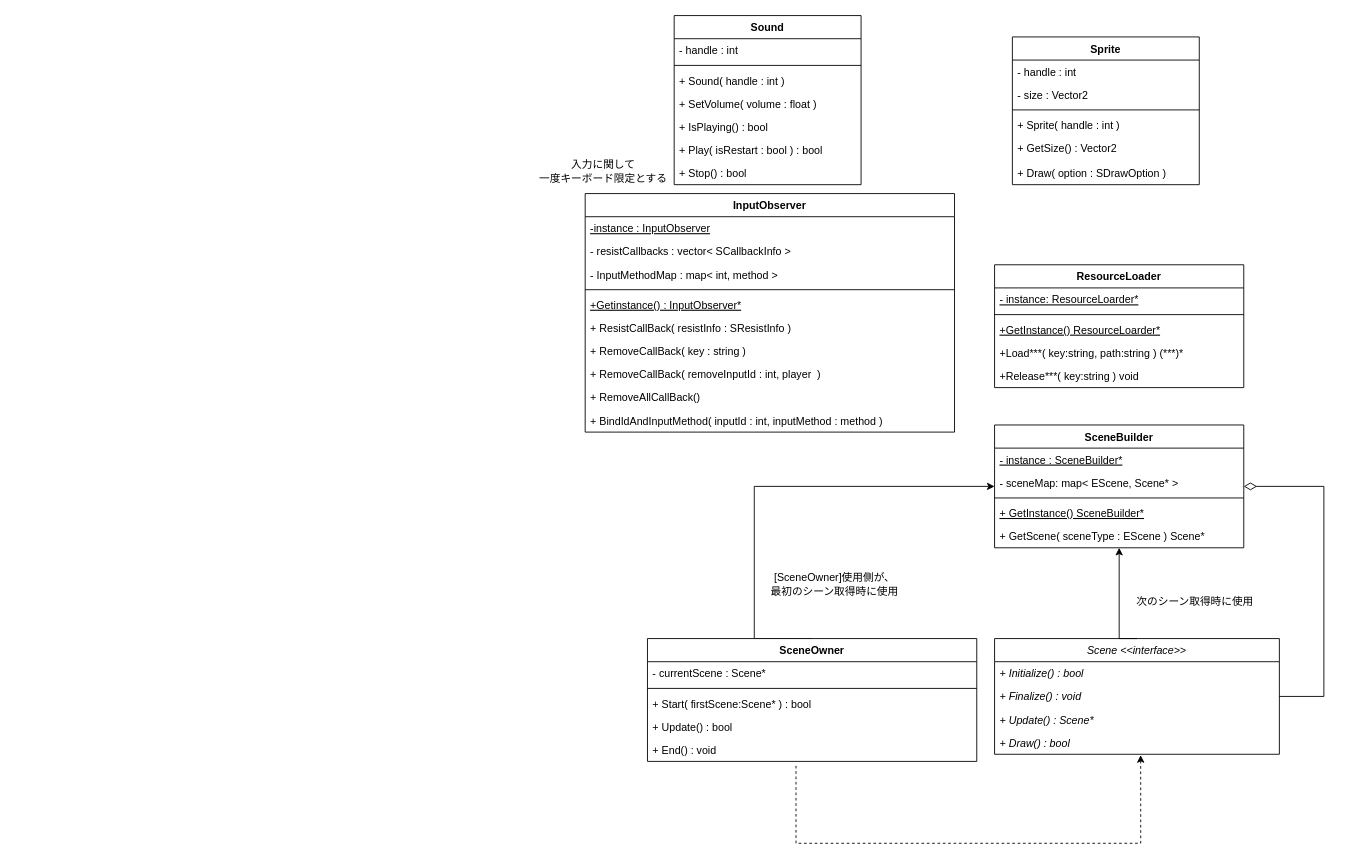
naturemas53/DXLib_Game keeps this draw.io diagram as 設計っぽいの.drawio. Above is the earlier version. Source tidied: cells renumbered, new cells numbered last; positions are measured from the earlier drawing's top-left corner, leaving out a move shared by most shapes. Both pictures are drawn from the tidied source at 89%, with x=0, y=0 at pixel (531, 15).
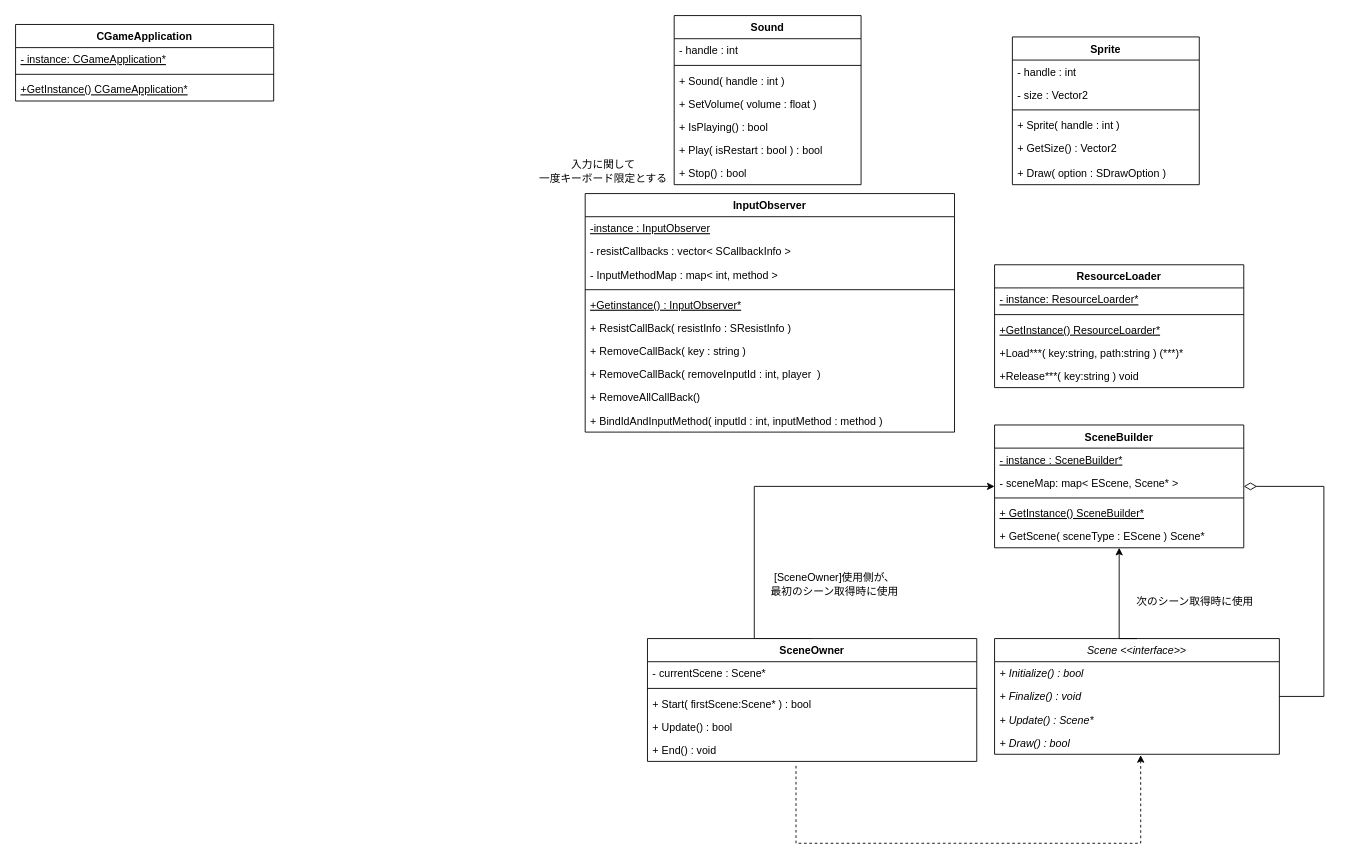
Above is the later version.

Change to the diagram source:
```diff
@@
+    <mxCell id="58" value="CGameApplication" style="swimlane;fontStyle=1;align=center;verticalAlign=top;horizontal=1;startSize=26;" parent="1" vertex="1">
+      <mxGeometry x="-580" y="10" width="290" height="86" as="geometry" />
+    </mxCell>
+    <mxCell id="59" value="- instance: CGameApplication*" style="text;strokeColor=none;fillColor=none;align=left;verticalAlign=top;spacingLeft=4;spacingRight=4;overflow=hidden;fontStyle=4;" parent="58" vertex="1">
+      <mxGeometry y="26" width="290" height="26" as="geometry" />
+    </mxCell>
+    <mxCell id="60" style="line;strokeWidth=1;fillColor=none;align=left;verticalAlign=middle;spacingTop=-1;spacingLeft=3;spacingRight=3;labelPosition=right;" parent="58" vertex="1">
+      <mxGeometry y="52" width="290" height="8" as="geometry" />
+    </mxCell>
+    <mxCell id="61" value="+GetInstance() CGameApplication*" style="text;strokeColor=none;fillColor=none;align=left;verticalAlign=top;spacingLeft=4;spacingRight=4;overflow=hidden;fontStyle=4;" parent="58" vertex="1">
+      <mxGeometry y="60" width="290" height="26" as="geometry" />
+    </mxCell>
```
